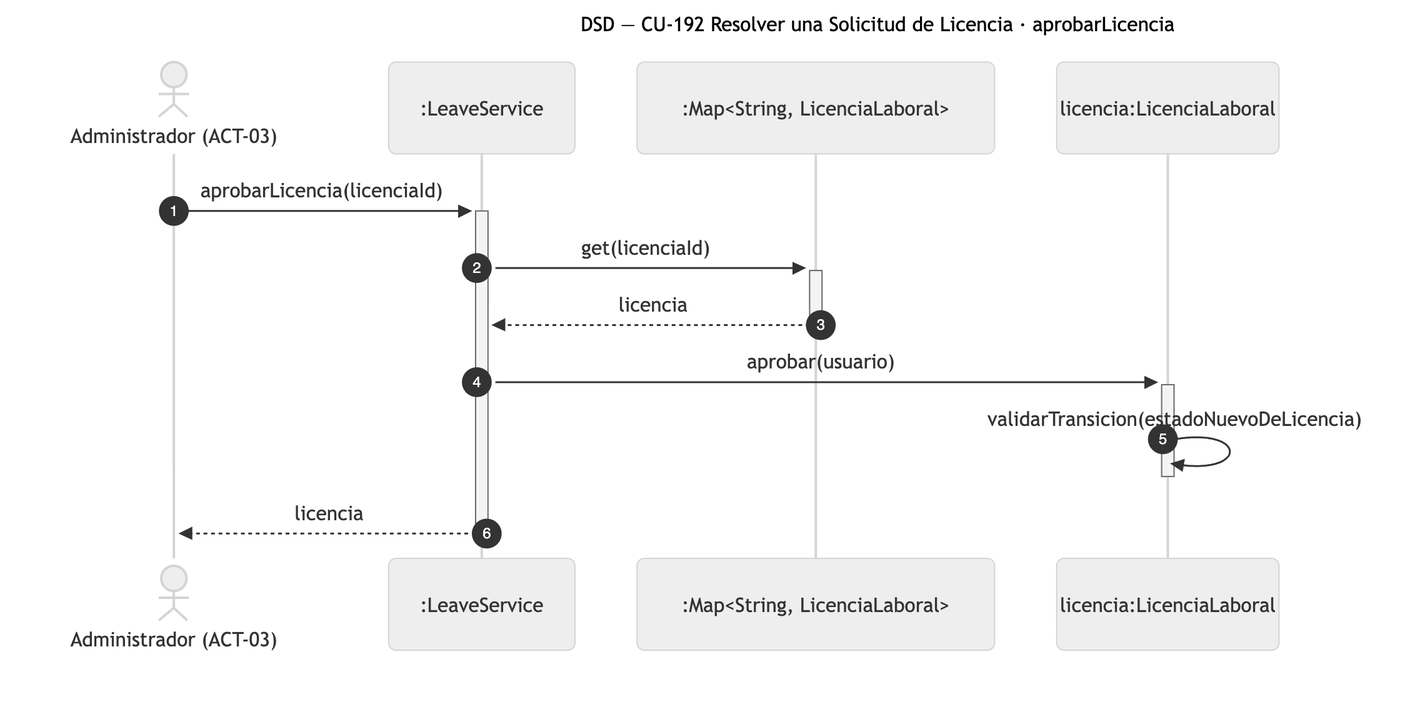
Earlier version of the Mermaid export diagramas/png/DSD_CU-192_aprobarLicencia.png (Nahuelito-Dev/splg-docs). Its source is kept beside it as diagramas/DSD_CU-192_aprobarLicencia.mmd.
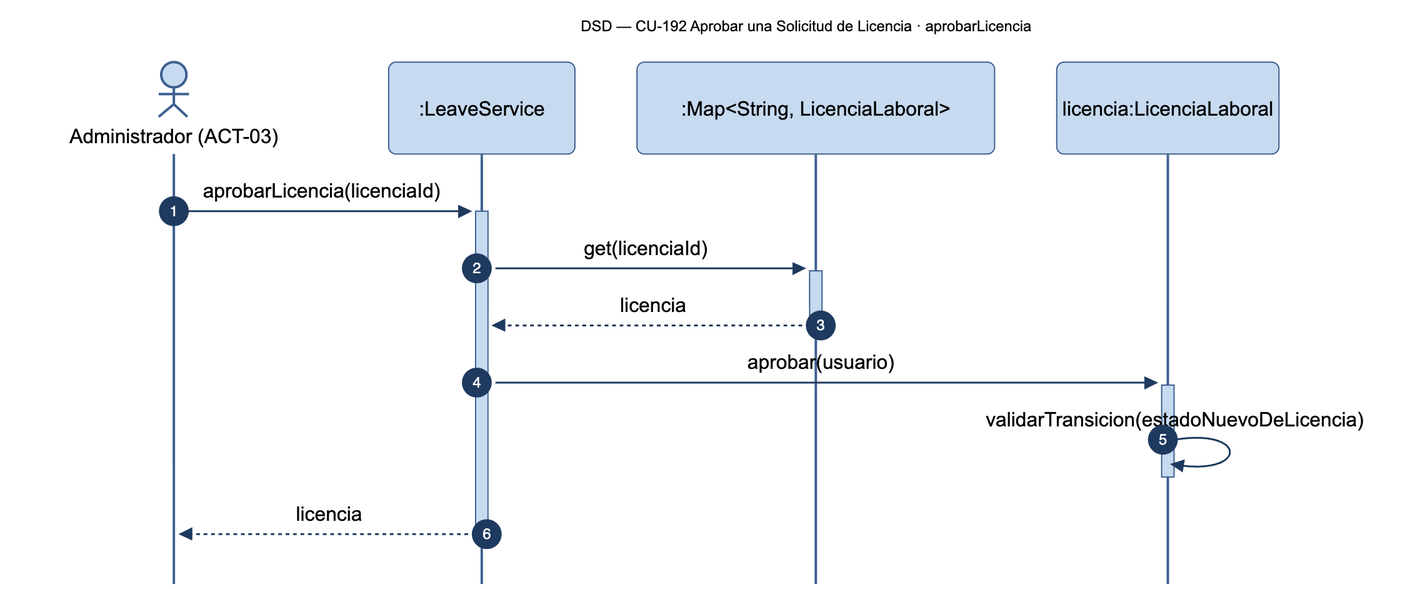
After the change.

The edit, as a diff of the source:
```diff
@@ -1,5 +1,5 @@
 sequenceDiagram
-    title DSD — CU-192 Resolver una Solicitud de Licencia · aprobarLicencia
+    title DSD — CU-192 Aprobar una Solicitud de Licencia · aprobarLicencia
     autonumber
     actor ADM as Administrador (ACT-03)
     participant SRV as :LeaveService
```
